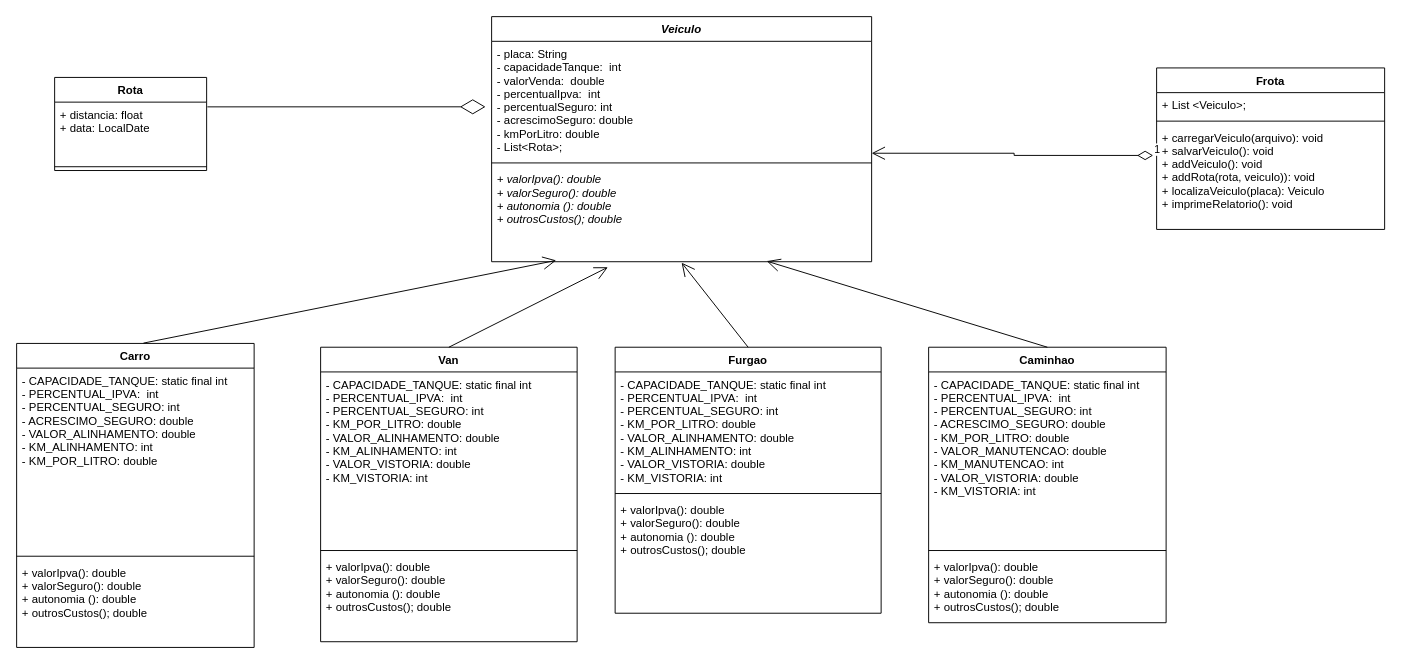
Earlier version of the draw.io diagram docs/diagramas/LPM - Diagrama Projeto 3.drawio (DisciplinasProgramacao/projetos-3-4-5-t-e-a-m). Source tidied: cells renumbered, new cells numbered last; positions are measured from the earlier drawing's top-left corner, leaving out a move shared by most shapes. Both pictures are drawn from the tidied source at 95%, with x=0, y=0 at pixel (16, 16).
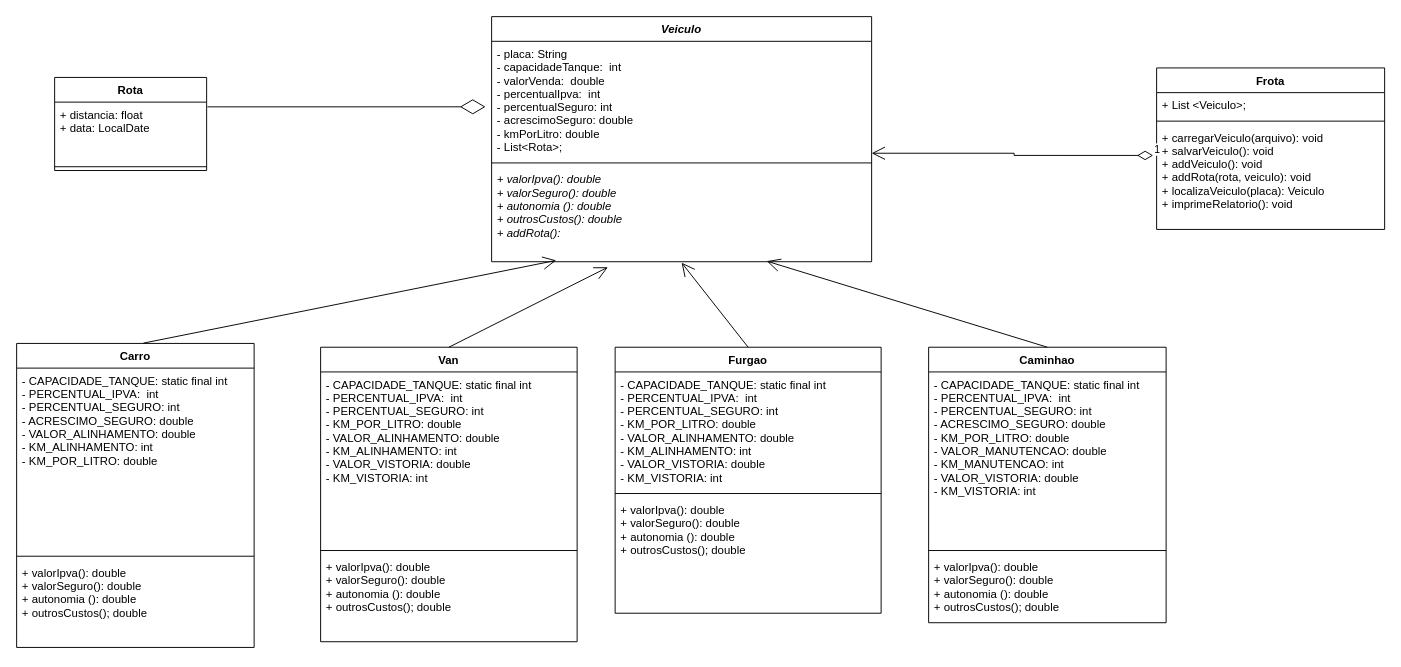
After the change.

The change refers to these unchanged cells:
```xml
<mxCell id="2" value="Veiculo" style="swimlane;fontStyle=3;align=center;verticalAlign=top;horizontal=1;startSize=26;" parent="1" vertex="1">
  <mxGeometry x="500" width="400" height="258" as="geometry" />
</mxCell>
<mxCell id="9" value="Frota" style="swimlane;fontStyle=1;align=center;verticalAlign=top;horizontal=1;startSize=26;" parent="1" vertex="1">
  <mxGeometry x="1200" y="54" width="240" height="170" as="geometry" />
</mxCell>
```

The edit, as a diff of the source:
```diff
@@
-    <mxCell id="5" value="+ valorIpva(): double&#10;+ valorSeguro(): double&#10;+ autonomia (): double&#10;+ outrosCustos(); double" style="text;strokeColor=none;fillColor=none;align=left;verticalAlign=top;spacingLeft=4;spacingRight=4;overflow=hidden;points=[[0,0.5],[1,0.5]];portConstraint=eastwest;fontStyle=2;" parent="2" vertex="1">
+    <mxCell id="5" value="+ valorIpva(): double&#10;+ valorSeguro(): double&#10;+ autonomia (): double&#10;+ outrosCustos(): double&#10;+ addRota(): " style="text;strokeColor=none;fillColor=none;align=left;verticalAlign=top;spacingLeft=4;spacingRight=4;overflow=hidden;points=[[0,0.5],[1,0.5]];portConstraint=eastwest;fontStyle=2;" parent="2" vertex="1">
       <mxGeometry y="158" width="400" height="100" as="geometry" />
     </mxCell>
@@
-    <mxCell id="12" value="+ carregarVeiculo(arquivo): void&#10;+ salvarVeiculo(): void&#10;+ addVeiculo(): void&#10;+ addRota(rota, veiculo)): void&#10;+ localizaVeiculo(placa): Veiculo&#10;+ imprimeRelatorio(): void" style="text;strokeColor=none;fillColor=none;align=left;verticalAlign=top;spacingLeft=4;spacingRight=4;overflow=hidden;points=[[0,0.5],[1,0.5]];portConstraint=eastwest;" parent="9" vertex="1">
+    <mxCell id="12" value="+ carregarVeiculo(arquivo): void&#10;+ salvarVeiculo(): void&#10;+ addVeiculo(): void&#10;+ addRota(rota, veiculo): void&#10;+ localizaVeiculo(placa): Veiculo&#10;+ imprimeRelatorio(): void" style="text;strokeColor=none;fillColor=none;align=left;verticalAlign=top;spacingLeft=4;spacingRight=4;overflow=hidden;points=[[0,0.5],[1,0.5]];portConstraint=eastwest;" parent="9" vertex="1">
       <mxGeometry y="60" width="240" height="110" as="geometry" />
     </mxCell>
```
